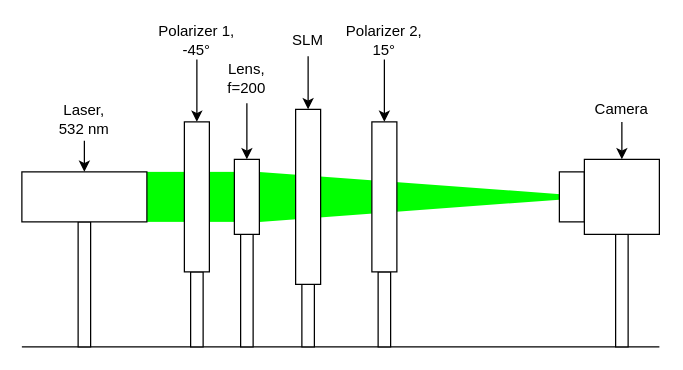
Before: documentation/images/setup_2.drawio in nbaehler/mask-designer, a draw.io diagram. Source tidied: cells renumbered, new cells numbered last; positions are measured from the earlier drawing's top-left corner, leaving out a move shared by most shapes. Both pictures are drawn from the tidied source at 125%, with x=0, y=0 at pixel (21, 21).
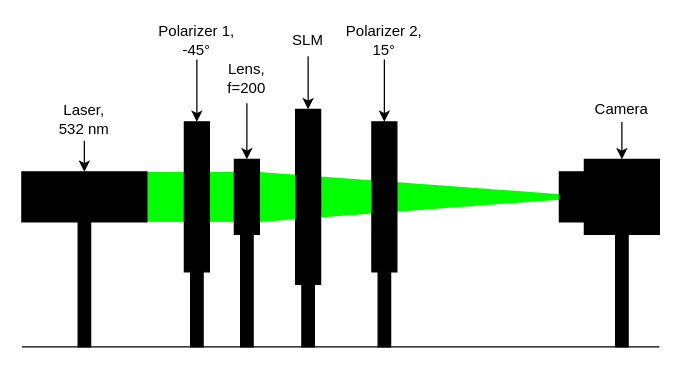
The same diagram, later.

Change to the diagram source:
```diff
@@
-    <mxCell id="6" style="rounded=0;whiteSpace=wrap;html=1;fillColor=default;" parent="1" vertex="1">
+    <mxCell id="6" style="rounded=0;whiteSpace=wrap;html=1;fillColor=#000000;" parent="1" vertex="1">
       <mxGeometry x="45" y="160" width="10" height="100" as="geometry" />
     </mxCell>
-    <mxCell id="7" style="rounded=0;whiteSpace=wrap;html=1;fillColor=default;" parent="1" vertex="1">
+    <mxCell id="7" style="rounded=0;whiteSpace=wrap;html=1;fillColor=#000000;" parent="1" vertex="1">
       <mxGeometry x="135" y="200" width="10" height="60" as="geometry" />
     </mxCell>
-    <mxCell id="8" style="rounded=0;whiteSpace=wrap;html=1;fillColor=default;" parent="1" vertex="1">
+    <mxCell id="8" style="rounded=0;whiteSpace=wrap;html=1;fillColor=#000000;" parent="1" vertex="1">
       <mxGeometry x="285" y="200" width="10" height="60" as="geometry" />
     </mxCell>
-    <mxCell id="9" style="rounded=0;whiteSpace=wrap;html=1;fillColor=default;" parent="1" vertex="1">
+    <mxCell id="9" style="rounded=0;whiteSpace=wrap;html=1;fillColor=#000000;" parent="1" vertex="1">
       <mxGeometry x="224" y="210" width="10" height="50" as="geometry" />
     </mxCell>
-    <mxCell id="10" style="rounded=0;whiteSpace=wrap;html=1;fillColor=default;" parent="1" vertex="1">
+    <mxCell id="10" style="rounded=0;whiteSpace=wrap;html=1;fillColor=#000000;" parent="1" vertex="1">
       <mxGeometry x="475" y="170" width="10" height="90" as="geometry" />
     </mxCell>
-    <mxCell id="11" style="rounded=0;whiteSpace=wrap;html=1;fillColor=default;" parent="1" vertex="1">
+    <mxCell id="11" style="rounded=0;whiteSpace=wrap;html=1;fillColor=#000000;" parent="1" vertex="1">
       <mxGeometry x="175" y="170" width="10" height="90" as="geometry" />
     </mxCell>
@@
-    <mxCell id="22" style="rounded=0;whiteSpace=wrap;html=1;fillColor=default;" parent="1" vertex="1">
+    <mxCell id="22" style="rounded=0;whiteSpace=wrap;html=1;fillColor=#000000;" parent="1" vertex="1">
       <mxGeometry x="130" y="80" width="20" height="120" as="geometry" />
     </mxCell>
-    <mxCell id="23" style="rounded=0;whiteSpace=wrap;html=1;fillColor=default;" parent="1" vertex="1">
+    <mxCell id="23" style="rounded=0;whiteSpace=wrap;html=1;fillColor=#000000;" parent="1" vertex="1">
       <mxGeometry x="280" y="80" width="20" height="120" as="geometry" />
     </mxCell>
-    <mxCell id="24" style="rounded=0;whiteSpace=wrap;html=1;fillColor=default;" parent="1" vertex="1">
+    <mxCell id="24" style="rounded=0;whiteSpace=wrap;html=1;fillColor=#000000;" parent="1" vertex="1">
       <mxGeometry x="219" y="70" width="20" height="140" as="geometry" />
     </mxCell>
-    <mxCell id="25" style="rounded=0;whiteSpace=wrap;html=1;fillColor=default;" parent="1" vertex="1">
+    <mxCell id="25" style="rounded=0;whiteSpace=wrap;html=1;fillColor=#000000;" parent="1" vertex="1">
       <mxGeometry x="170" y="110" width="20" height="60" as="geometry" />
     </mxCell>
-    <mxCell id="26" style="rounded=0;whiteSpace=wrap;html=1;fillColor=default;" parent="1" vertex="1">
+    <mxCell id="26" style="rounded=0;whiteSpace=wrap;html=1;fillColor=#000000;" parent="1" vertex="1">
       <mxGeometry x="430" y="120" width="20" height="40" as="geometry" />
     </mxCell>
-    <mxCell id="27" style="rounded=0;whiteSpace=wrap;html=1;fillColor=default;" parent="1" vertex="1">
+    <mxCell id="27" style="rounded=0;whiteSpace=wrap;html=1;fillColor=#000000;" parent="1" vertex="1">
       <mxGeometry x="450" y="110" width="60" height="60" as="geometry" />
     </mxCell>
-    <mxCell id="28" style="rounded=0;whiteSpace=wrap;html=1;fillColor=default;" parent="1" vertex="1">
+    <mxCell id="28" style="rounded=0;whiteSpace=wrap;html=1;fillColor=#000000;" parent="1" vertex="1">
       <mxGeometry y="120" width="100" height="40" as="geometry" />
     </mxCell>
```
